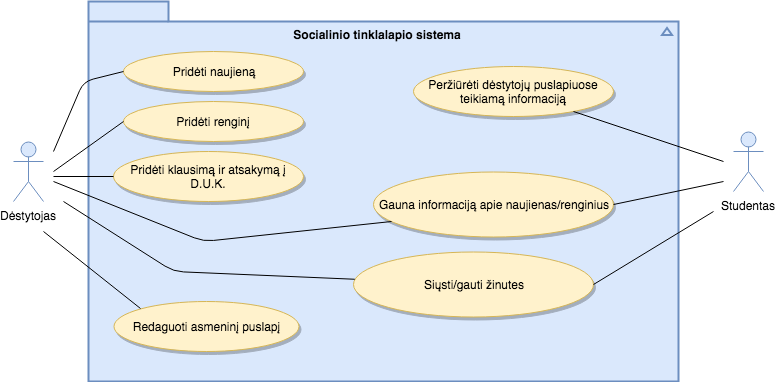
Above: img/socpslSistema.png in eglepuo/PSI_1 (draw.io), before the change. Source tidied: cells renumbered, new cells last; positions are measured from the earlier drawing's top-left corner, leaving out a move shared by most shapes.
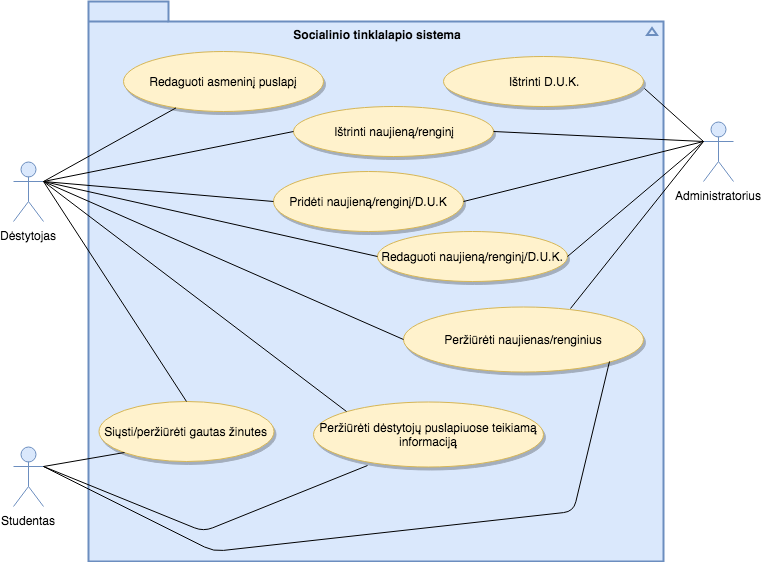
Later version of the same file.

The edit, as a diff of the source:
```diff
@@ -3,91 +3,103 @@
     <mxCell id="0" />
     <mxCell id="1" parent="0" />
     <mxCell id="2" style="html=1;shape=mxgraph.sysml.composite;symbol0=folder;fontStyle=1;spacingTop=15;tabWidth=80;tabHeight=20;tabPosition=left;symbol1=triangle;symbol1Width=7;symbol1Height=10;symbol1Align=right;symbol1VerticalAlign=top;symbol1Spacing=8;symbol1VSpacing=25;symbol1Direction=north;strokeWidth=2;whiteSpace=wrap;align=center;fillColor=#dae8fc;strokeColor=#6c8ebf;" parent="1" vertex="1">
-      <mxGeometry x="75" width="590" height="380" as="geometry" />
+      <mxGeometry x="75" width="575" height="560" as="geometry" />
     </mxCell>
     <mxCell id="3" value="Socialinio tinklalapio sistema&lt;br&gt;&lt;br&gt;" style="text;html=1;strokeColor=none;fillColor=none;align=center;verticalAlign=middle;whiteSpace=wrap;rounded=0;fontStyle=1;" parent="1" vertex="1">
       <mxGeometry x="263.5" y="30" width="200" height="20" as="geometry" />
     </mxCell>
-    <mxCell id="4" value="Pridėti naujieną" style="ellipse;whiteSpace=wrap;html=1;fillColor=#fff2cc;strokeColor=#d6b656;shadow=1;" parent="1" vertex="1">
-      <mxGeometry x="110" y="50" width="180" height="40" as="geometry" />
+    <mxCell id="4" value="Pridėti naujieną/renginį/D.U.K" style="ellipse;whiteSpace=wrap;html=1;fillColor=#fff2cc;strokeColor=#d6b656;shadow=1;" parent="1" vertex="1">
+      <mxGeometry x="260" y="170" width="190" height="60" as="geometry" />
     </mxCell>
-    <mxCell id="5" value="Pridėti renginį" style="ellipse;whiteSpace=wrap;html=1;fillColor=#fff2cc;strokeColor=#d6b656;shadow=1;" parent="1" vertex="1">
-      <mxGeometry x="110" y="100" width="180" height="40" as="geometry" />
-    </mxCell>
-    <mxCell id="6" value="Pridėti klausimą ir atsakymą į D.U.K." style="ellipse;whiteSpace=wrap;html=1;fillColor=#fff2cc;strokeColor=#d6b656;shadow=1;" parent="1" vertex="1">
-      <mxGeometry x="100" y="150" width="190" height="50" as="geometry" />
-    </mxCell>
     <mxCell id="7" value="Redaguoti asmeninį puslapį" style="ellipse;whiteSpace=wrap;html=1;fillColor=#fff2cc;strokeColor=#d6b656;shadow=1;" parent="1" vertex="1">
-      <mxGeometry x="100" y="300" width="185" height="50" as="geometry" />
+      <mxGeometry x="110" y="50" width="200" height="60" as="geometry" />
     </mxCell>
     <mxCell id="8" value="Peržiūrėti dėstytojų puslapiuose teikiamą informaciją" style="ellipse;whiteSpace=wrap;html=1;shadow=1;fillColor=#fff2cc;strokeColor=#d6b656;" parent="1" vertex="1">
-      <mxGeometry x="400" y="65" width="200" height="50" as="geometry" />
+      <mxGeometry x="300" y="400" width="230" height="65" as="geometry" />
     </mxCell>
-    <mxCell id="9" value="Gauna informaciją apie naujienas/renginius" style="ellipse;whiteSpace=wrap;html=1;shadow=1;fillColor=#fff2cc;strokeColor=#d6b656;" parent="1" vertex="1">
-      <mxGeometry x="360" y="170" width="240" height="65" as="geometry" />
+    <mxCell id="9" value="Peržiūrėti naujienas/renginius" style="ellipse;whiteSpace=wrap;html=1;shadow=1;fillColor=#fff2cc;strokeColor=#d6b656;" parent="1" vertex="1">
+      <mxGeometry x="390" y="305" width="240" height="65" as="geometry" />
     </mxCell>
-    <mxCell id="10" value="Siųsti/gauti žinutes" style="ellipse;whiteSpace=wrap;html=1;shadow=1;fillColor=#fff2cc;strokeColor=#d6b656;" parent="1" vertex="1">
-      <mxGeometry x="340" y="250" width="240" height="65" as="geometry" />
+    <mxCell id="10" value="Siųsti/peržiūrėti gautas žinutes" style="ellipse;whiteSpace=wrap;html=1;shadow=1;fillColor=#fff2cc;strokeColor=#d6b656;" parent="1" vertex="1">
+      <mxGeometry x="85" y="400" width="175" height="60" as="geometry" />
     </mxCell>
     <mxCell id="11" value="Dėstytojas" style="shape=umlActor;verticalLabelPosition=bottom;labelBackgroundColor=#ffffff;verticalAlign=top;html=1;outlineConnect=0;fillColor=#dae8fc;strokeColor=#6c8ebf;" parent="1" vertex="1">
-      <mxGeometry y="140" width="30" height="60" as="geometry" />
+      <mxGeometry y="160" width="30" height="60" as="geometry" />
     </mxCell>
-    <mxCell id="12" style="endArrow=none;html=1;entryX=0;entryY=0.5;" parent="1" edge="1" target="5">
-      <mxGeometry relative="1" as="geometry">
-        <mxPoint x="40" y="170" as="sourcePoint" />
-      </mxGeometry>
-    </mxCell>
-    <mxCell id="13" style="endArrow=none;html=1;entryX=0;entryY=0.5;" parent="1" edge="1" target="4">
-      <mxGeometry relative="1" as="geometry">
-        <mxPoint x="40" y="150" as="sourcePoint" />
-        <Array as="points">
-          <mxPoint x="70" y="80" />
-        </Array>
-      </mxGeometry>
-    </mxCell>
-    <mxCell id="14" style="endArrow=none;html=1;entryX=0;entryY=0.5;" parent="1" edge="1" target="6">
-      <mxGeometry relative="1" as="geometry">
-        <mxPoint x="40" y="175" as="sourcePoint" />
-      </mxGeometry>
-    </mxCell>
-    <mxCell id="15" style="endArrow=none;html=1;entryX=0;entryY=0;" parent="1" edge="1" target="7">
-      <mxGeometry relative="1" as="geometry">
-        <mxPoint x="30" y="230" as="sourcePoint" />
-      </mxGeometry>
-    </mxCell>
-    <mxCell id="16" style="endArrow=none;html=1;entryX=0.075;entryY=0.769;entryPerimeter=0;" parent="1" edge="1" target="9">
-      <mxGeometry relative="1" as="geometry">
-        <mxPoint x="40" y="180" as="sourcePoint" />
-        <Array as="points">
-          <mxPoint x="190" y="240" />
-        </Array>
-      </mxGeometry>
-    </mxCell>
-    <mxCell id="17" style="endArrow=none;html=1;" parent="1" edge="1" target="10">
-      <mxGeometry relative="1" as="geometry">
-        <mxPoint x="50" y="200" as="sourcePoint" />
-        <Array as="points">
-          <mxPoint x="160" y="270" />
-        </Array>
-      </mxGeometry>
-    </mxCell>
     <mxCell id="18" value="Studentas" style="shape=umlActor;verticalLabelPosition=bottom;labelBackgroundColor=#ffffff;verticalAlign=top;html=1;outlineConnect=0;fillColor=#dae8fc;strokeColor=#6c8ebf;" parent="1" vertex="1">
-      <mxGeometry x="720" y="130" width="30" height="60" as="geometry" />
+      <mxGeometry y="445" width="30" height="60" as="geometry" />
     </mxCell>
-    <mxCell id="19" style="endArrow=none;html=1;" parent="1" edge="1" source="8">
-      <mxGeometry relative="1" as="geometry">
-        <mxPoint x="710" y="160" as="targetPoint" />
-      </mxGeometry>
-    </mxCell>
-    <mxCell id="20" style="endArrow=none;html=1;exitX=1;exitY=0.5;" parent="1" edge="1" source="9">
-      <mxGeometry relative="1" as="geometry">
-        <mxPoint x="710" y="180" as="targetPoint" />
-      </mxGeometry>
-    </mxCell>
-    <mxCell id="21" style="endArrow=none;html=1;exitX=1;exitY=0.5;" parent="1" edge="1" source="10">
-      <mxGeometry relative="1" as="geometry">
-        <mxPoint x="700" y="210" as="targetPoint" />
-      </mxGeometry>
-    </mxCell>
+    <mxCell id="22" value="Administratorius" style="shape=umlActor;verticalLabelPosition=bottom;labelBackgroundColor=#ffffff;verticalAlign=top;html=1;outlineConnect=0;fillColor=#dae8fc;strokeColor=#6c8ebf;" parent="1" vertex="1">
+      <mxGeometry x="690" y="120" width="30" height="60" as="geometry" />
+    </mxCell>
+    <mxCell id="23" value="Redaguoti naujieną/renginį/D.U.K." style="ellipse;whiteSpace=wrap;html=1;fillColor=#fff2cc;strokeColor=#d6b656;shadow=1;" parent="1" vertex="1">
+      <mxGeometry x="363.5" y="230" width="190" height="50" as="geometry" />
+    </mxCell>
+    <mxCell id="24" value="Ištrinti naujieną/renginį" style="ellipse;whiteSpace=wrap;html=1;fillColor=#fff2cc;strokeColor=#d6b656;shadow=1;" parent="1" vertex="1">
+      <mxGeometry x="280" y="105" width="200" height="50" as="geometry" />
+    </mxCell>
+    <mxCell id="25" style="endArrow=none;html=1;exitX=1;exitY=0.3333333333333333;exitPerimeter=0;" parent="1" edge="1" source="11" target="7">
+      <mxGeometry relative="1" as="geometry" />
+    </mxCell>
+    <mxCell id="26" style="endArrow=none;html=1;entryX=0;entryY=0.5;exitX=1;exitY=0.3333333333333333;exitPerimeter=0;" parent="1" edge="1" source="11" target="4">
+      <mxGeometry relative="1" as="geometry" />
+    </mxCell>
+    <mxCell id="27" style="endArrow=none;html=1;exitX=1;exitY=0.5;entryX=0;entryY=0.3333333333333333;entryPerimeter=0;" parent="1" edge="1" source="4" target="22">
+      <mxGeometry relative="1" as="geometry" />
+    </mxCell>
+    <mxCell id="28" style="endArrow=none;html=1;exitX=1;exitY=0.3333333333333333;exitPerimeter=0;entryX=0;entryY=0.5;" parent="1" edge="1" source="11" target="24">
+      <mxGeometry relative="1" as="geometry" />
+    </mxCell>
+    <mxCell id="29" value="Ištrinti D.U.K." style="ellipse;whiteSpace=wrap;html=1;fillColor=#fff2cc;strokeColor=#d6b656;shadow=1;" parent="1" vertex="1">
+      <mxGeometry x="430" y="55" width="200" height="50" as="geometry" />
+    </mxCell>
+    <mxCell id="30" style="endArrow=none;html=1;entryX=1.005;entryY=0.64;entryPerimeter=0;exitX=0;exitY=0.3333333333333333;exitPerimeter=0;" parent="1" edge="1" source="22" target="29">
+      <mxGeometry relative="1" as="geometry" />
+    </mxCell>
+    <mxCell id="31" style="endArrow=none;html=1;exitX=1;exitY=0.5;entryX=0;entryY=0.3333333333333333;entryPerimeter=0;" parent="1" edge="1" source="24" target="22">
+      <mxGeometry relative="1" as="geometry" />
+    </mxCell>
+    <mxCell id="32" style="endArrow=none;html=1;entryX=0;entryY=0.5;exitX=1;exitY=0.3333333333333333;exitPerimeter=0;" parent="1" edge="1" source="11" target="23">
+      <mxGeometry relative="1" as="geometry" />
+    </mxCell>
+    <mxCell id="33" style="endArrow=none;html=1;exitX=1;exitY=0.5;entryX=0;entryY=0.3333333333333333;entryPerimeter=0;" parent="1" edge="1" source="23" target="22">
+      <mxGeometry relative="1" as="geometry" />
+    </mxCell>
+    <mxCell id="34" style="endArrow=none;html=1;entryX=0;entryY=1;exitX=1;exitY=0.3333333333333333;exitPerimeter=0;" parent="1" edge="1" source="18" target="10">
+      <mxGeometry relative="1" as="geometry" />
+    </mxCell>
+    <mxCell id="35" style="endArrow=none;html=1;exitX=0.5;exitY=0;entryX=1;entryY=0.3333333333333333;entryPerimeter=0;" parent="1" edge="1" source="10" target="11">
+      <mxGeometry relative="1" as="geometry" />
+    </mxCell>
+    <mxCell id="36" style="endArrow=none;html=1;exitX=0.696;exitY=0.031;exitPerimeter=0;" parent="1" edge="1" source="9">
+      <mxGeometry relative="1" as="geometry">
+        <mxPoint x="690" y="140" as="targetPoint" />
+      </mxGeometry>
+    </mxCell>
+    <mxCell id="37" style="endArrow=none;html=1;entryX=0;entryY=0.5;" parent="1" edge="1" target="9">
+      <mxGeometry relative="1" as="geometry">
+        <mxPoint x="30" y="180" as="sourcePoint" />
+      </mxGeometry>
+    </mxCell>
+    <mxCell id="38" style="endArrow=none;html=1;entryX=0.235;entryY=0.985;exitX=1;exitY=0.3333333333333333;exitPerimeter=0;entryPerimeter=0;" parent="1" edge="1" source="18" target="8">
+      <mxGeometry relative="1" as="geometry">
+        <Array as="points">
+          <mxPoint x="190" y="530" />
+        </Array>
+      </mxGeometry>
+    </mxCell>
+    <mxCell id="39" style="endArrow=none;html=1;exitX=0;exitY=0;" parent="1" edge="1" source="8">
+      <mxGeometry relative="1" as="geometry">
+        <mxPoint x="30" y="180" as="targetPoint" />
+      </mxGeometry>
+    </mxCell>
+    <mxCell id="40" style="endArrow=none;html=1;entryX=1;entryY=1;exitX=1;exitY=0.3333333333333333;exitPerimeter=0;" parent="1" edge="1" source="18" target="9">
+      <mxGeometry relative="1" as="geometry">
+        <Array as="points">
+          <mxPoint x="200" y="550" />
+          <mxPoint x="560" y="510" />
+        </Array>
+      </mxGeometry>
+    </mxCell>
   </root>
 </mxGraphModel>
```
